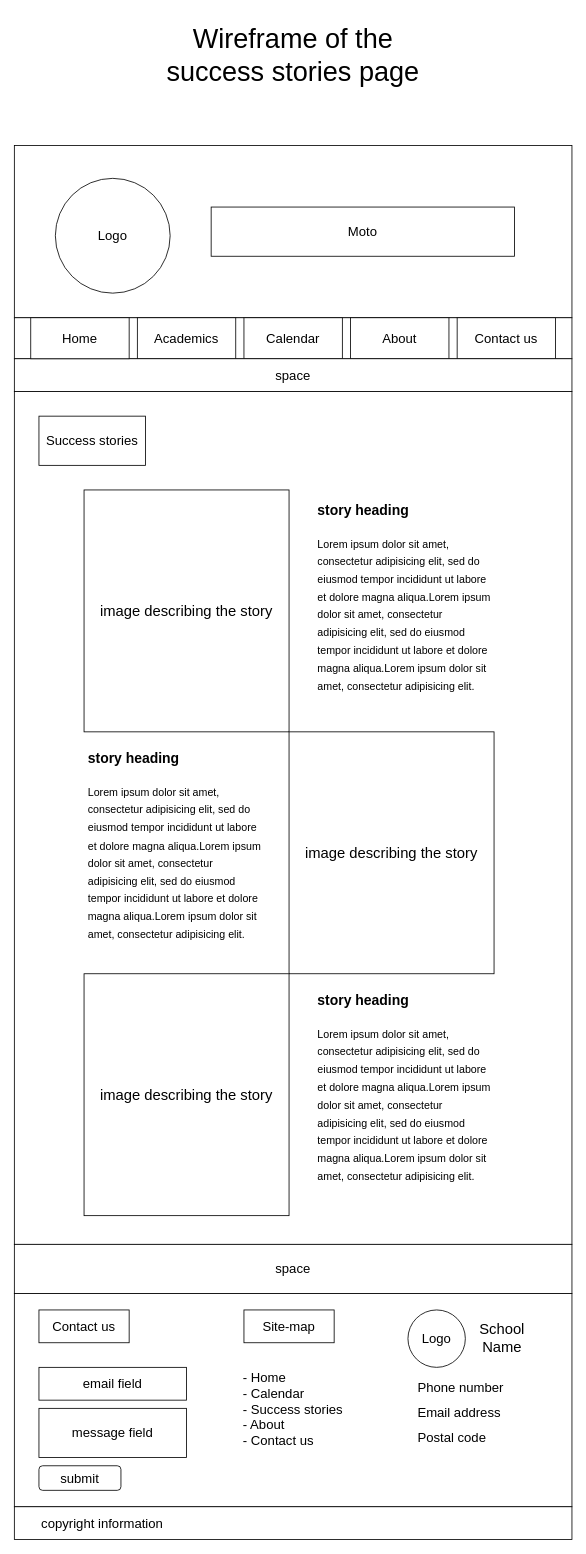
sami-bre/UGR-0848-13 keeps this draw.io diagram as design/stories_page_wireframe.drawio. Above is the earlier version. Source tidied: cells renumbered, new cells numbered last; positions are measured from the earlier drawing's top-left corner, leaving out a move shared by most shapes. Both pictures are drawn from the tidied source at 82%, with x=0, y=0 at pixel (14, 14).
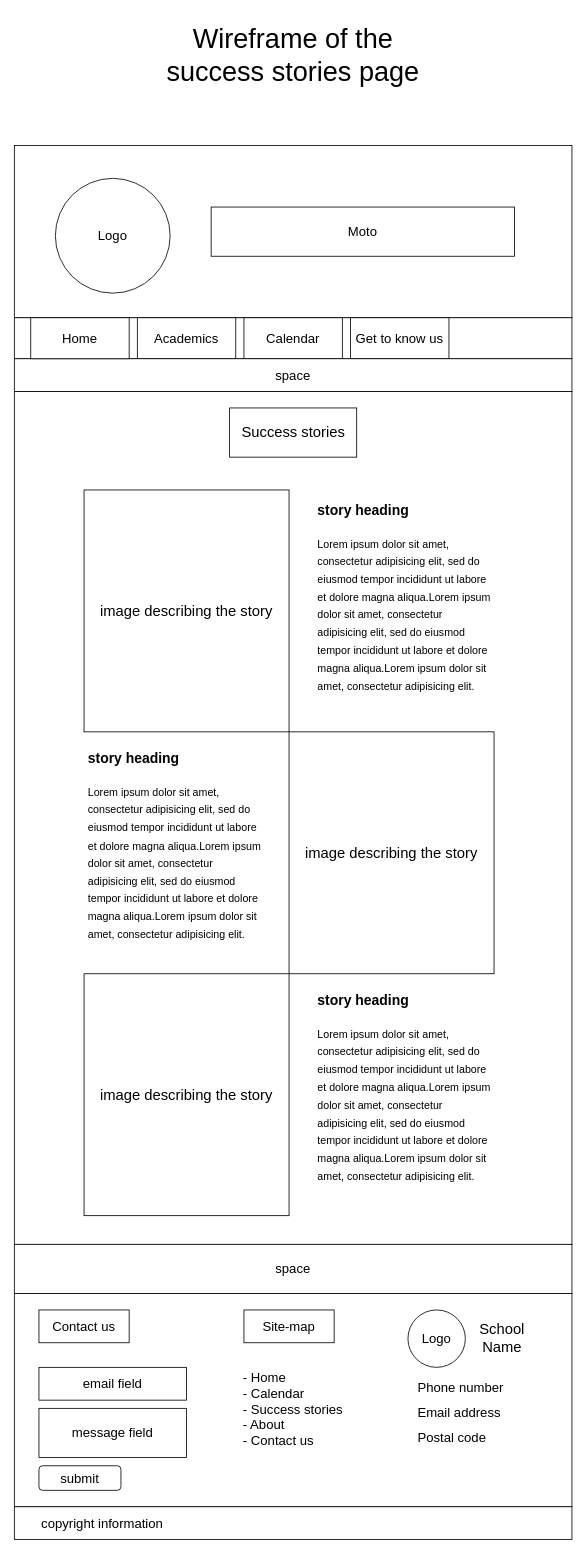
After the change.

What changed in the source:
```diff
@@
-    <mxCell id="9" value="About" style="rounded=0;whiteSpace=wrap;html=1;fontSize=16;" parent="1" vertex="1">
+    <mxCell id="9" value="Get to know us" style="rounded=0;whiteSpace=wrap;html=1;fontSize=16;" parent="1" vertex="1">
       <mxGeometry x="410" y="370" width="120" height="50" as="geometry" />
     </mxCell>
-    <mxCell id="10" value="Contact us" style="rounded=0;whiteSpace=wrap;html=1;fontSize=16;" parent="1" vertex="1">
-      <mxGeometry x="540" y="370" width="120" height="50" as="geometry" />
-    </mxCell>
@@
-    <mxCell id="14" value="Success stories" style="rounded=0;whiteSpace=wrap;html=1;fontSize=16;" parent="1" vertex="1">
-      <mxGeometry x="30" y="490" width="130" height="60" as="geometry" />
+    <mxCell id="14" value="&lt;font style=&quot;font-size: 18px;&quot;&gt;Success stories&lt;/font&gt;" style="rounded=0;whiteSpace=wrap;html=1;fontSize=16;" parent="1" vertex="1">
+      <mxGeometry x="262.5" y="480" width="155" height="60" as="geometry" />
     </mxCell>
```
